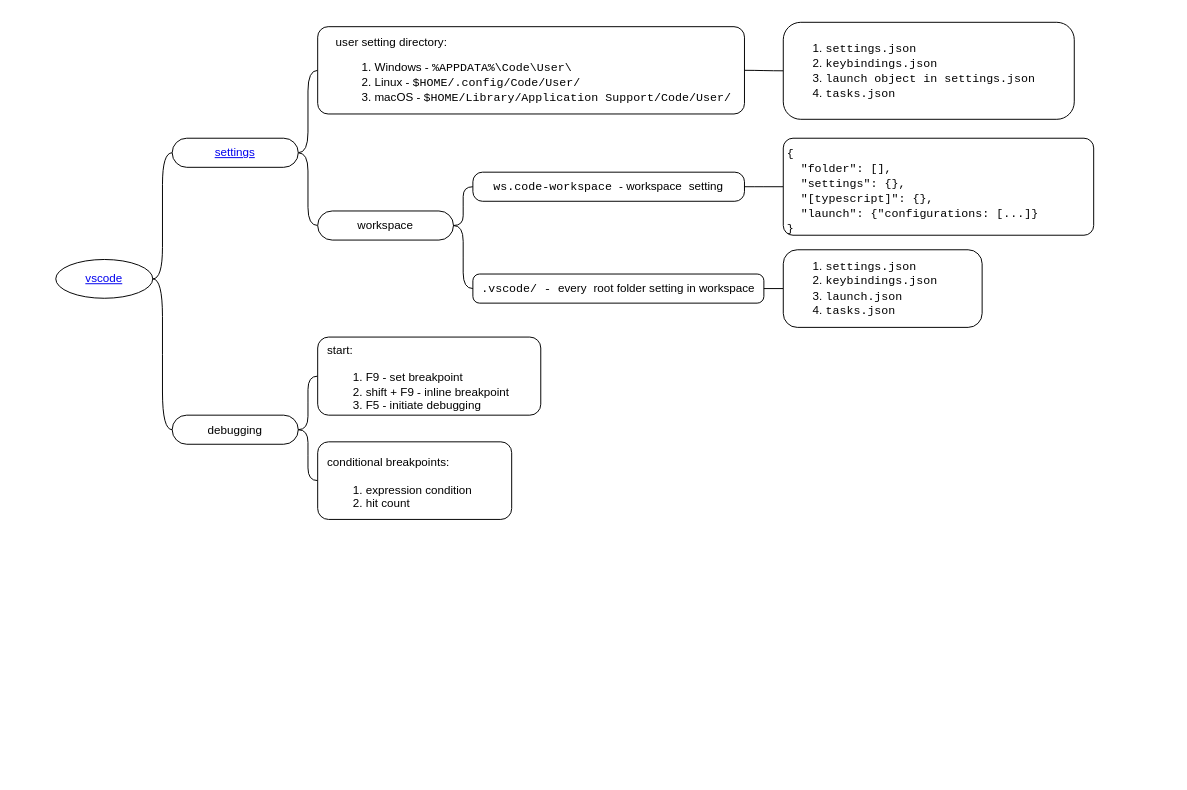
The draw.io diagram page "vscode" (1 of 5) of editor/vscode/vscode.drawio in yangdj/tf_docs, before the edit. Source tidied: cells renumbered, new cells numbered last; positions are measured from the earlier drawing's top-left corner, leaving out a move shared by most shapes. Both pictures are drawn from the tidied source at 97%, with x=0, y=0 at pixel (16, 16).
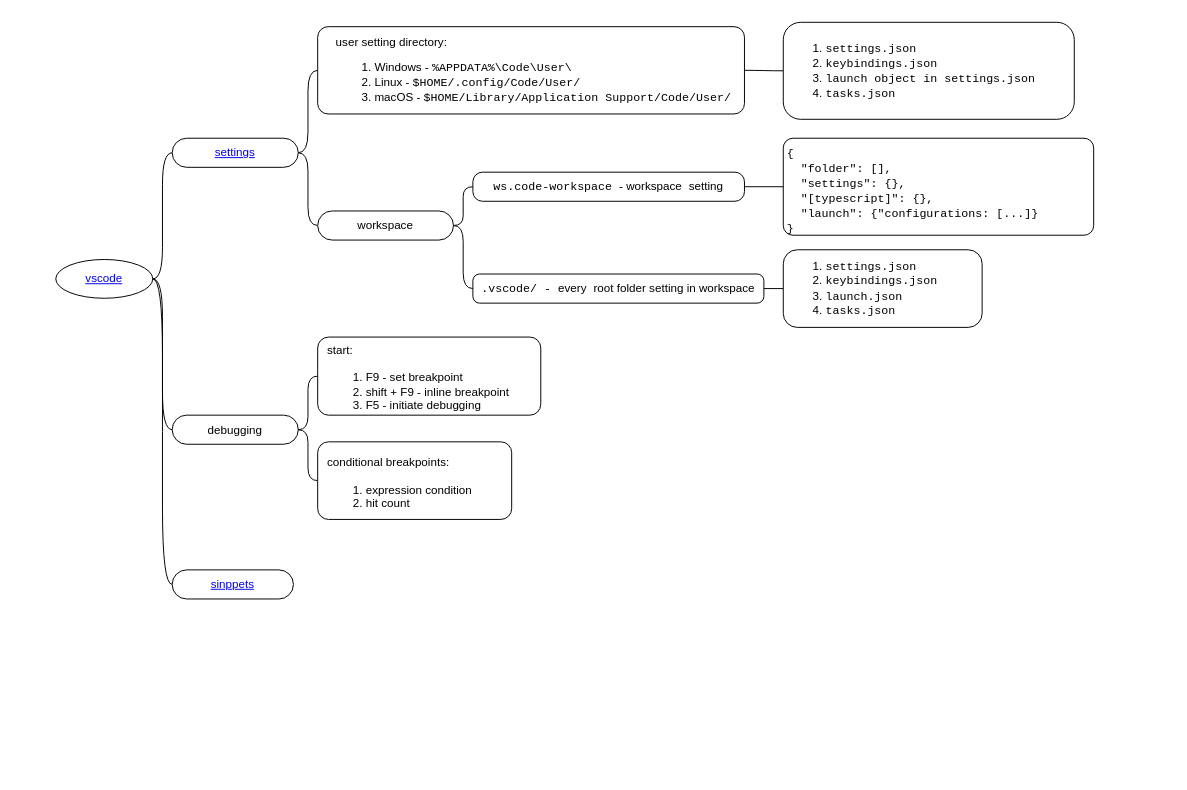
Above is the later version.

The change refers to these unchanged cells:
```xml
<mxCell id="2" style="swimlane;html=1;startSize=20;horizontal=1;containerType=tree;fillColor=none;strokeColor=none;" parent="1" vertex="1">
  <mxGeometry width="1190" height="780" as="geometry" />
</mxCell>
<mxCell id="4" value="&lt;a href=&quot;https://code.visualstudio.com/&quot;&gt;vscode&lt;/a&gt;" style="ellipse;whiteSpace=wrap;html=1;align=center;" parent="2" vertex="1">
  <mxGeometry x="40" y="250" width="100" height="40" as="geometry" />
</mxCell>
```

The edit, as a diff of the source:
```diff
@@
+    <mxCell id="26" style="edgeStyle=entityRelationEdgeStyle;startArrow=none;endArrow=none;segment=10;curved=1;" parent="2" edge="1" source="4" target="27">
+      <mxGeometry relative="1" as="geometry" />
+    </mxCell>
+    <mxCell id="27" value="&lt;a href=&quot;https://macromates.com/manual/en/snippets&quot;&gt;sinppets&lt;/a&gt;" style="whiteSpace=wrap;html=1;rounded=1;arcSize=50;align=center;verticalAlign=middle;strokeWidth=1;spacing=4;" parent="2" vertex="1">
+      <mxGeometry x="160" y="570" width="125" height="30" as="geometry" />
+    </mxCell>
```
